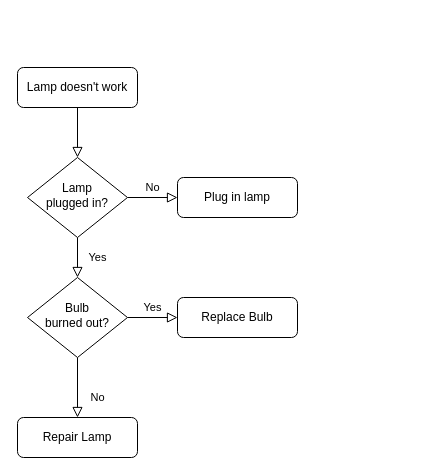
Earlier version of the draw.io diagram Untitled Diagram.drawio (kalputrahadi57/multipolar). Source tidied: cells renumbered, new cells numbered last; positions are measured from the earlier drawing's top-left corner, leaving out a move shared by most shapes. Both pictures are drawn from the tidied source at 100%, with x=0, y=0 at pixel (17, 67).
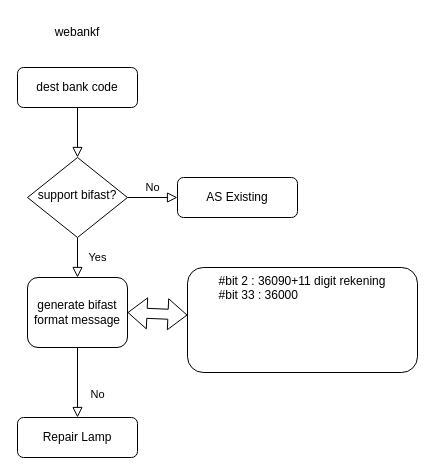
The same diagram, later.

Commit message:
flowchart bifast webank.drawio

Diff of the diagram source:
```diff
@@
 <mxGraphModel>
   <root>
     <mxCell id="0" />
     <mxCell id="1" parent="0" />
     <mxCell id="2" style="rounded=0;html=1;jettySize=auto;fontSize=11;endArrow=block;endFill=0;endSize=8;strokeWidth=1;shadow=0;labelBackgroundColor=none;edgeStyle=orthogonalEdgeStyle;" parent="1" edge="1" source="3" target="6">
       <mxGeometry relative="1" as="geometry" />
     </mxCell>
-    <mxCell id="3" value="Lamp doesn't work" style="rounded=1;whiteSpace=wrap;html=1;fontSize=12;glass=0;strokeWidth=1;shadow=0;" parent="1" vertex="1">
+    <mxCell id="3" value="dest bank code" style="rounded=1;whiteSpace=wrap;html=1;fontSize=12;glass=0;strokeWidth=1;shadow=0;" parent="1" vertex="1">
       <mxGeometry width="120" height="40" as="geometry" />
     </mxCell>
     <mxCell id="4" value="Yes" style="rounded=0;html=1;jettySize=auto;fontSize=11;endArrow=block;endFill=0;endSize=8;strokeWidth=1;shadow=0;labelBackgroundColor=none;edgeStyle=orthogonalEdgeStyle;" parent="1" edge="1" source="6" target="10">
       <mxGeometry y="20" relative="1" as="geometry" />
     </mxCell>
     <mxCell id="5" value="No" style="edgeStyle=orthogonalEdgeStyle;rounded=0;html=1;jettySize=auto;fontSize=11;endArrow=block;endFill=0;endSize=8;strokeWidth=1;shadow=0;labelBackgroundColor=none;" parent="1" edge="1" source="6" target="7">
       <mxGeometry y="10" relative="1" as="geometry" />
     </mxCell>
-    <mxCell id="6" value="Lamp&lt;br&gt;plugged in?" style="rhombus;whiteSpace=wrap;html=1;shadow=0;fontFamily=Helvetica;fontSize=12;align=center;strokeWidth=1;spacing=6;spacingTop=-4;" parent="1" vertex="1">
+    <mxCell id="6" value="support bifast?" style="rhombus;whiteSpace=wrap;html=1;shadow=0;fontFamily=Helvetica;fontSize=12;align=center;strokeWidth=1;spacing=6;spacingTop=-4;" parent="1" vertex="1">
       <mxGeometry x="10" y="90" width="100" height="80" as="geometry" />
     </mxCell>
-    <mxCell id="7" value="Plug in lamp" style="rounded=1;whiteSpace=wrap;html=1;fontSize=12;glass=0;strokeWidth=1;shadow=0;" parent="1" vertex="1">
+    <mxCell id="7" value="AS Existing" style="rounded=1;whiteSpace=wrap;html=1;fontSize=12;glass=0;strokeWidth=1;shadow=0;" parent="1" vertex="1">
       <mxGeometry x="160" y="110" width="120" height="40" as="geometry" />
     </mxCell>
     <mxCell id="8" value="No" style="rounded=0;html=1;jettySize=auto;fontSize=11;endArrow=block;endFill=0;endSize=8;strokeWidth=1;shadow=0;labelBackgroundColor=none;edgeStyle=orthogonalEdgeStyle;" parent="1" edge="1" source="10" target="11">
       <mxGeometry x="0.33" y="20" relative="1" as="geometry" />
     </mxCell>
-    <mxCell id="9" value="Yes" style="edgeStyle=orthogonalEdgeStyle;rounded=0;html=1;jettySize=auto;fontSize=11;endArrow=block;endFill=0;endSize=8;strokeWidth=1;shadow=0;labelBackgroundColor=none;" parent="1" edge="1" source="10" target="12">
-      <mxGeometry y="10" relative="1" as="geometry" />
-    </mxCell>
-    <mxCell id="10" value="Bulb&lt;br&gt;burned out?" style="rhombus;whiteSpace=wrap;html=1;shadow=0;fontFamily=Helvetica;fontSize=12;align=center;strokeWidth=1;spacing=6;spacingTop=-4;" parent="1" vertex="1">
-      <mxGeometry x="10" y="210" width="100" height="80" as="geometry" />
+    <mxCell id="10" value="generate bifast format message" style="rounded=1;whiteSpace=wrap;html=1;" parent="1" vertex="1">
+      <mxGeometry x="10" y="210" width="100" height="70" as="geometry" />
     </mxCell>
     <mxCell id="11" value="Repair Lamp" style="rounded=1;whiteSpace=wrap;html=1;fontSize=12;glass=0;strokeWidth=1;shadow=0;" parent="1" vertex="1">
       <mxGeometry y="350" width="120" height="40" as="geometry" />
     </mxCell>
-    <mxCell id="12" value="Replace Bulb" style="rounded=1;whiteSpace=wrap;html=1;fontSize=12;glass=0;strokeWidth=1;shadow=0;" parent="1" vertex="1">
-      <mxGeometry x="160" y="230" width="120" height="40" as="geometry" />
+    <mxCell id="12" value="#bit 2 : 36090+11 digit rekening&lt;br&gt;&lt;div style=&quot;text-align: left;&quot;&gt;&lt;span style=&quot;background-color: initial;&quot;&gt;#bit 33 : 36000&lt;/span&gt;&lt;/div&gt;&lt;div style=&quot;text-align: left;&quot;&gt;&lt;span style=&quot;background-color: initial;&quot;&gt;&lt;br&gt;&lt;/span&gt;&lt;/div&gt;" style="rounded=1;whiteSpace=wrap;html=1;fontSize=12;glass=0;strokeWidth=1;shadow=0;verticalAlign=top;" parent="1" vertex="1">
+      <mxGeometry x="170" y="200" width="230" height="105" as="geometry" />
     </mxCell>
+    <mxCell id="13" value="webankf" style="text;html=1;strokeColor=none;fillColor=none;align=center;verticalAlign=middle;whiteSpace=wrap;rounded=0;" parent="1" vertex="1">
+      <mxGeometry x="30" y="-50" width="60" height="30" as="geometry" />
+    </mxCell>
+    <mxCell id="9" style="shape=flexArrow;endArrow=classic;startArrow=classic;html=1;rounded=0;exitX=1;exitY=0.5;exitDx=0;exitDy=0;" parent="1" edge="1" source="10" target="12">
+      <mxGeometry relative="1" as="geometry" />
+    </mxCell>
   </root>
 </mxGraphModel>
```
